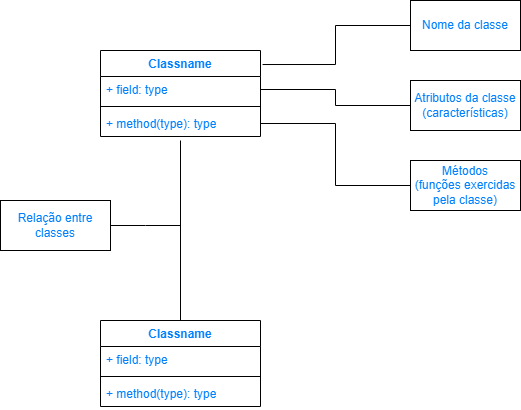
Before: Diagrama sem nome.drawio.png, a diagram exported from draw.io (Zaibam/Desenvolvimento-De-Sistemas-1). Source tidied: cells renumbered, new cells last; positions are measured from the earlier drawing's top-left corner, leaving out a move shared by most shapes.
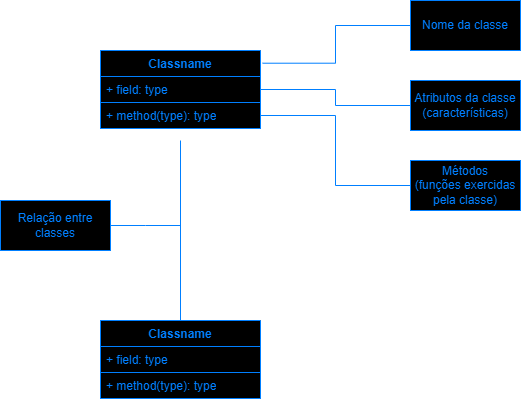
After the change.

What changed in the source:
```diff
@@ -2,59 +2,59 @@
   <root>
     <mxCell id="0" />
     <mxCell id="1" parent="0" />
-    <mxCell id="2" value="Classname" style="swimlane;fontStyle=1;align=center;verticalAlign=top;horizontal=1;startSize=26;whiteSpace=wrap;html=1;fontColor=#007FFF;" parent="1" vertex="1">
-      <mxGeometry x="100" y="50" width="160" height="86" as="geometry" />
+    <mxCell id="2" value="Classname" style="swimlane;fontStyle=1;align=center;verticalAlign=top;horizontal=1;startSize=26;whiteSpace=wrap;html=1;fontColor=#007FFF;strokeColor=#007FFF;fillColor=#000000;" parent="1" vertex="1">
+      <mxGeometry x="100" y="50" width="160" height="78" as="geometry" />
     </mxCell>
-    <mxCell id="3" value="+ field: type" style="text;align=left;verticalAlign=top;spacingLeft=4;spacingRight=4;overflow=hidden;points=[[0,0.5],[1,0.5]];portConstraint=eastwest;whiteSpace=wrap;html=1;fontColor=#007FFF;" parent="2" vertex="1">
+    <mxCell id="3" value="+ field: type" style="text;align=left;verticalAlign=top;spacingLeft=4;spacingRight=4;overflow=hidden;points=[[0,0.5],[1,0.5]];portConstraint=eastwest;whiteSpace=wrap;html=1;fontColor=#007FFF;strokeColor=#007FFF;fillColor=#000000;" parent="2" vertex="1">
       <mxGeometry y="26" width="160" height="26" as="geometry" />
     </mxCell>
-    <mxCell id="4" style="line;strokeWidth=1;align=left;verticalAlign=middle;spacingTop=-1;spacingLeft=3;spacingRight=3;labelPosition=right;fontColor=#007FFF;" parent="2" vertex="1">
-      <mxGeometry y="52" width="160" height="8" as="geometry" />
+    <mxCell id="4" style="line;strokeWidth=1;align=left;verticalAlign=middle;spacingTop=-1;spacingLeft=3;spacingRight=3;labelPosition=right;fontColor=#007FFF;strokeColor=#007FFF;fillColor=#000000;" parent="2" vertex="1">
+      <mxGeometry y="52" width="160" as="geometry" />
     </mxCell>
-    <mxCell id="5" value="+ method(type): type" style="text;align=left;verticalAlign=top;spacingLeft=4;spacingRight=4;overflow=hidden;points=[[0,0.5],[1,0.5]];portConstraint=eastwest;whiteSpace=wrap;html=1;fontColor=#007FFF;" parent="2" vertex="1">
-      <mxGeometry y="60" width="160" height="26" as="geometry" />
+    <mxCell id="5" value="+ method(type): type" style="text;align=left;verticalAlign=top;spacingLeft=4;spacingRight=4;overflow=hidden;points=[[0,0.5],[1,0.5]];portConstraint=eastwest;whiteSpace=wrap;html=1;fontColor=#007FFF;strokeColor=#007FFF;fillColor=#000000;" parent="2" vertex="1">
+      <mxGeometry y="52" width="160" height="26" as="geometry" />
     </mxCell>
-    <mxCell id="6" value="Nome da classe" style="html=1;whiteSpace=wrap;fontColor=#007FFF;" parent="1" vertex="1">
+    <mxCell id="6" value="Nome da classe" style="html=1;whiteSpace=wrap;fontColor=#007FFF;strokeColor=#007FFF;fillColor=#000000;" parent="1" vertex="1">
       <mxGeometry x="410" width="110" height="50" as="geometry" />
     </mxCell>
-    <mxCell id="7" value="Atributos da classe&lt;div&gt;(características)&lt;/div&gt;" style="html=1;whiteSpace=wrap;fontColor=#007FFF;" parent="1" vertex="1">
+    <mxCell id="7" value="Atributos da classe&lt;div&gt;(características)&lt;/div&gt;" style="html=1;whiteSpace=wrap;fontColor=#007FFF;strokeColor=#007FFF;fillColor=#000000;" parent="1" vertex="1">
       <mxGeometry x="410" y="80" width="110" height="50" as="geometry" />
     </mxCell>
-    <mxCell id="8" value="Métodos&lt;br&gt;(funções exercidas pela classe)" style="html=1;whiteSpace=wrap;fontColor=#007FFF;" parent="1" vertex="1">
+    <mxCell id="8" value="Métodos&lt;br&gt;(funções exercidas pela classe)" style="html=1;whiteSpace=wrap;fontColor=#007FFF;strokeColor=#007FFF;fillColor=#000000;" parent="1" vertex="1">
       <mxGeometry x="410" y="160" width="110" height="50" as="geometry" />
     </mxCell>
-    <mxCell id="9" style="edgeStyle=orthogonalEdgeStyle;rounded=0;jettySize=auto;html=1;exitX=1;exitY=0.5;exitDx=0;exitDy=0;entryX=0;entryY=0.5;entryDx=0;entryDy=0;endArrow=none;endFill=0;fontColor=#007FFF;" parent="1" edge="1" source="5" target="8">
+    <mxCell id="9" style="edgeStyle=orthogonalEdgeStyle;rounded=0;jettySize=auto;html=1;exitX=1;exitY=0.5;exitDx=0;exitDy=0;entryX=0;entryY=0.5;entryDx=0;entryDy=0;endArrow=none;endFill=0;fontColor=#007FFF;strokeColor=#007FFF;" parent="1" edge="1" source="5" target="8">
       <mxGeometry relative="1" as="geometry" />
     </mxCell>
-    <mxCell id="10" style="edgeStyle=orthogonalEdgeStyle;rounded=0;jettySize=auto;html=1;exitX=1;exitY=0.5;exitDx=0;exitDy=0;endArrow=none;endFill=0;fontColor=#007FFF;" parent="1" edge="1" source="3" target="7">
+    <mxCell id="10" style="edgeStyle=orthogonalEdgeStyle;rounded=0;jettySize=auto;html=1;exitX=1;exitY=0.5;exitDx=0;exitDy=0;endArrow=none;endFill=0;fontColor=#007FFF;strokeColor=#007FFF;" parent="1" edge="1" source="3" target="7">
       <mxGeometry relative="1" as="geometry" />
     </mxCell>
-    <mxCell id="11" style="edgeStyle=orthogonalEdgeStyle;rounded=0;jettySize=auto;html=1;exitX=0;exitY=0.5;exitDx=0;exitDy=0;entryX=1.013;entryY=0.163;entryDx=0;entryDy=0;entryPerimeter=0;endArrow=none;endFill=0;fontColor=#007FFF;" parent="1" edge="1" source="6" target="2">
+    <mxCell id="11" style="edgeStyle=orthogonalEdgeStyle;rounded=0;jettySize=auto;html=1;exitX=0;exitY=0.5;exitDx=0;exitDy=0;entryX=1.013;entryY=0.163;entryDx=0;entryDy=0;entryPerimeter=0;endArrow=none;endFill=0;fontColor=#007FFF;strokeColor=#007FFF;" parent="1" edge="1" source="6" target="2">
       <mxGeometry relative="1" as="geometry" />
     </mxCell>
-    <mxCell id="12" style="edgeStyle=orthogonalEdgeStyle;rounded=0;jettySize=auto;html=1;exitX=0.5;exitY=0;exitDx=0;exitDy=0;endArrow=none;endFill=0;fontColor=#007FFF;" parent="1" edge="1" source="13">
+    <mxCell id="12" style="edgeStyle=orthogonalEdgeStyle;rounded=0;jettySize=auto;html=1;exitX=0.5;exitY=0;exitDx=0;exitDy=0;endArrow=none;endFill=0;fontColor=#007FFF;strokeColor=#007FFF;" parent="1" edge="1" source="13">
       <mxGeometry relative="1" as="geometry">
         <mxPoint x="180" y="140" as="targetPoint" />
       </mxGeometry>
     </mxCell>
-    <mxCell id="13" value="Classname" style="swimlane;fontStyle=1;align=center;verticalAlign=top;horizontal=1;startSize=26;whiteSpace=wrap;html=1;fontColor=#007FFF;" parent="1" vertex="1">
-      <mxGeometry x="100" y="320" width="160" height="86" as="geometry" />
+    <mxCell id="13" value="Classname" style="swimlane;fontStyle=1;align=center;verticalAlign=top;horizontal=1;startSize=26;whiteSpace=wrap;html=1;fontColor=#007FFF;strokeColor=#007FFF;fillColor=#000000;" parent="1" vertex="1">
+      <mxGeometry x="100" y="320" width="160" height="78" as="geometry" />
     </mxCell>
-    <mxCell id="14" value="+ field: type" style="text;align=left;verticalAlign=top;spacingLeft=4;spacingRight=4;overflow=hidden;whiteSpace=wrap;html=1;fontColor=#007FFF;" parent="13" vertex="1">
+    <mxCell id="14" value="+ field: type" style="text;align=left;verticalAlign=top;spacingLeft=4;spacingRight=4;overflow=hidden;whiteSpace=wrap;html=1;fontColor=#007FFF;strokeColor=#007FFF;fillColor=#000000;" parent="13" vertex="1">
       <mxGeometry y="26" width="160" height="26" as="geometry" />
     </mxCell>
-    <mxCell id="15" style="line;strokeWidth=1;align=left;verticalAlign=middle;spacingTop=-1;spacingLeft=3;spacingRight=3;labelPosition=right;fontColor=#007FFF;" parent="13" vertex="1">
-      <mxGeometry y="52" width="160" height="8" as="geometry" />
+    <mxCell id="15" style="line;strokeWidth=1;align=left;verticalAlign=middle;spacingTop=-1;spacingLeft=3;spacingRight=3;labelPosition=right;fontColor=#007FFF;strokeColor=#007FFF;" parent="13" vertex="1">
+      <mxGeometry y="52" width="160" as="geometry" />
     </mxCell>
-    <mxCell id="16" value="+ method(type): type" style="text;align=left;verticalAlign=top;spacingLeft=4;spacingRight=4;overflow=hidden;whiteSpace=wrap;html=1;fontColor=#007FFF;" parent="13" vertex="1">
-      <mxGeometry y="60" width="160" height="26" as="geometry" />
+    <mxCell id="16" value="+ method(type): type" style="text;align=left;verticalAlign=top;spacingLeft=4;spacingRight=4;overflow=hidden;whiteSpace=wrap;html=1;fontColor=#007FFF;strokeColor=#007FFF;fillColor=#000000;" parent="13" vertex="1">
+      <mxGeometry y="52" width="160" height="26" as="geometry" />
     </mxCell>
-    <mxCell id="17" style="edgeStyle=orthogonalEdgeStyle;rounded=0;jettySize=auto;html=1;exitX=1;exitY=0.5;exitDx=0;exitDy=0;endArrow=none;endFill=0;fontColor=#007FFF;" parent="1" edge="1" source="18">
+    <mxCell id="17" style="edgeStyle=orthogonalEdgeStyle;rounded=0;jettySize=auto;html=1;exitX=1;exitY=0.5;exitDx=0;exitDy=0;endArrow=none;endFill=0;fontColor=#007FFF;strokeColor=#007FFF;" parent="1" edge="1" source="18">
       <mxGeometry relative="1" as="geometry">
         <mxPoint x="180" y="225" as="targetPoint" />
       </mxGeometry>
     </mxCell>
-    <mxCell id="18" value="Relação entre classes" style="html=1;whiteSpace=wrap;fontColor=#007FFF;" parent="1" vertex="1">
+    <mxCell id="18" value="Relação entre classes" style="html=1;whiteSpace=wrap;fontColor=#007FFF;strokeColor=#007FFF;fillColor=#000000;" parent="1" vertex="1">
       <mxGeometry y="200" width="110" height="50" as="geometry" />
     </mxCell>
   </root>
```
